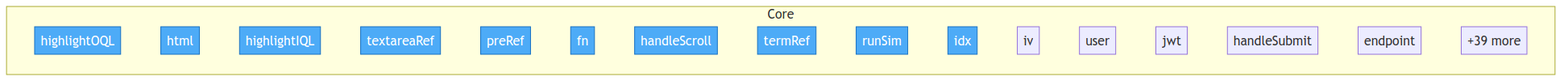
Earlier version of the Mermaid export project/flow.png (oqlos/www). Its source is kept beside it as project/flow.mmd.
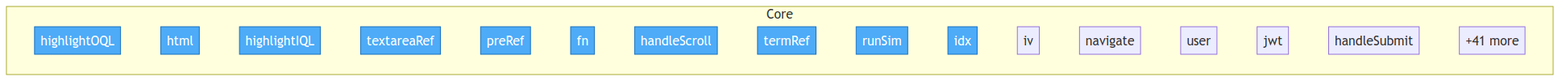
The same file after the commit.

Diff of the diagram source:
```diff
@@ -14,11 +14,11 @@
         src__components__TerminalSim__runSim["runSim"]
         src__components__TerminalSim__idx["idx"]
         src__components__TerminalSim__iv["iv"]
+        src__pages__NlpConsole__navigate["navigate"]
         src__pages__NlpConsole__user["user"]
         src__pages__NlpConsole__jwt["jwt"]
         src__pages__NlpConsole__handleSubmit["handleSubmit"]
-        src__pages__NlpConsole__endpoint["endpoint"]
-        ...["+39 more"]
+        ...["+41 more"]
     end
 
     class src__components__CodeEditor__highlightOQL,src__components__CodeEditor__html,src__components__CodeEditor__highlightIQL,src__components__CodeEditor__textareaRef,src__components__CodeEditor__preRef,src__components__CodeEditor__fn,src__components__CodeEditor__handleScroll,src__components__TerminalSim__termRef,src__components__TerminalSim__runSim,src__components__TerminalSim__idx entry
```
